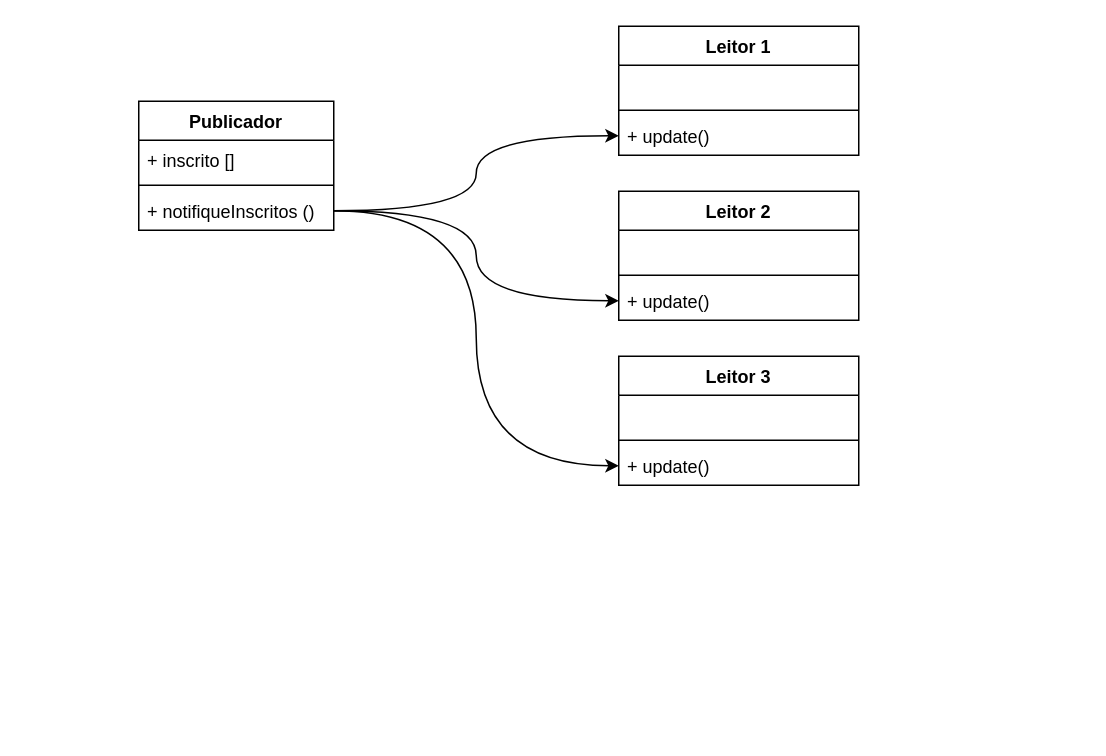
Earlier version of the draw.io diagram padroes/observer/pattern/observerPattern.drawio (LucasACES/bertoti). Source tidied: cells renumbered, new cells numbered last; positions are measured from the earlier drawing's top-left corner, leaving out a move shared by most shapes. Both pictures are drawn from the tidied source at 150%, with x=0, y=0 at pixel (138, 26).
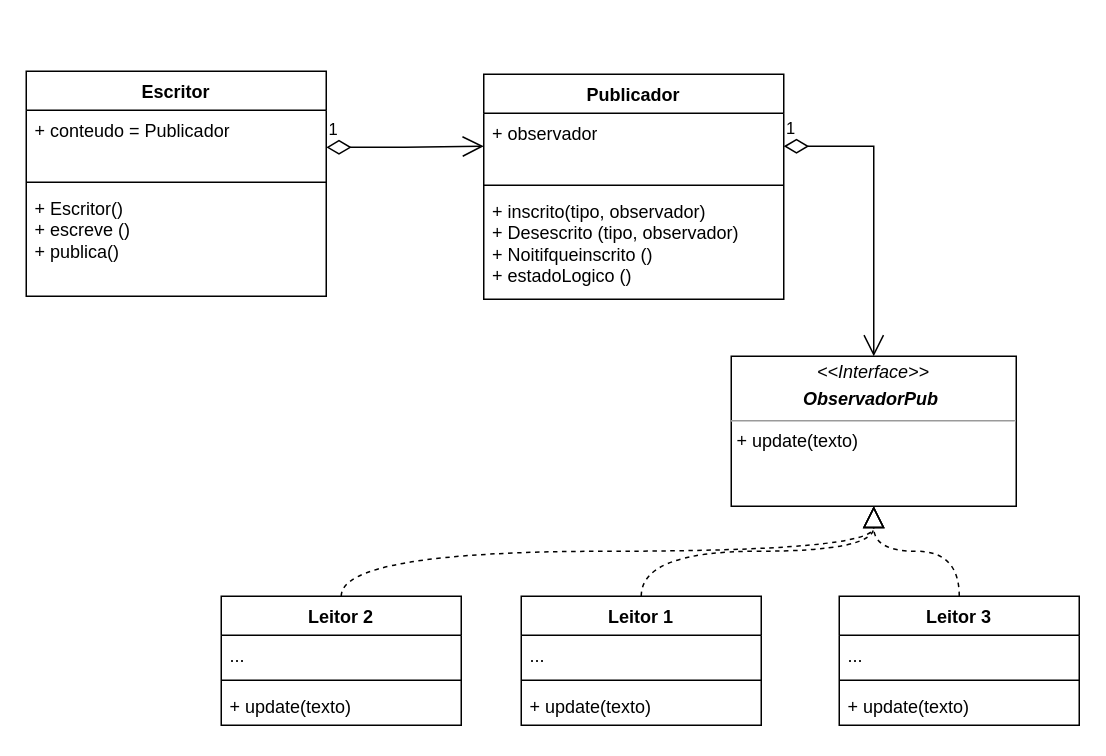
Above is the later version.

The edit, as a diff of the source:
```diff
@@
-    <mxCell id="2" style="edgeStyle=orthogonalEdgeStyle;rounded=0;jettySize=auto;html=1;curved=1;entryX=0;entryY=0.5;entryDx=0;entryDy=0;exitX=1;exitY=0.5;exitDx=0;exitDy=0;" parent="1" edge="1" source="6" target="10">
-      <mxGeometry relative="1" as="geometry" />
-    </mxCell>
     <mxCell id="3" value="Publicador" style="swimlane;fontStyle=1;align=center;verticalAlign=top;horizontal=1;startSize=26;whiteSpace=wrap;html=1;" parent="1" vertex="1">
-      <mxGeometry y="50" width="130" height="86" as="geometry" />
+      <mxGeometry x="230" y="32" width="200" height="150" as="geometry" />
     </mxCell>
-    <mxCell id="4" value="+ inscrito []" style="text;strokeColor=none;fillColor=none;align=left;verticalAlign=top;spacingLeft=4;spacingRight=4;overflow=hidden;points=[[0,0.5],[1,0.5]];portConstraint=eastwest;whiteSpace=wrap;html=1;" parent="3" vertex="1">
-      <mxGeometry y="26" width="130" height="26" as="geometry" />
+    <mxCell id="4" value="+ observador" style="text;strokeColor=none;fillColor=none;align=left;verticalAlign=top;spacingLeft=4;spacingRight=4;overflow=hidden;points=[[0,0.5],[1,0.5]];portConstraint=eastwest;whiteSpace=wrap;html=1;" parent="3" vertex="1">
+      <mxGeometry y="26" width="200" height="44" as="geometry" />
     </mxCell>
     <mxCell id="5" style="line;strokeWidth=1;fillColor=none;align=left;verticalAlign=middle;spacingTop=-1;spacingLeft=3;spacingRight=3;labelPosition=right;strokeColor=inherit;" parent="3" vertex="1">
-      <mxGeometry y="52" width="130" height="8" as="geometry" />
+      <mxGeometry y="70" width="200" height="8" as="geometry" />
     </mxCell>
-    <mxCell id="6" value="+ notifiqueInscritos ()" style="text;strokeColor=none;fillColor=none;align=left;verticalAlign=top;spacingLeft=4;spacingRight=4;overflow=hidden;points=[[0,0.5],[1,0.5]];portConstraint=eastwest;whiteSpace=wrap;html=1;" parent="3" vertex="1">
-      <mxGeometry y="60" width="130" height="26" as="geometry" />
+    <mxCell id="6" value="+ inscrito(tipo, observador)&lt;br&gt;+ Desescrito (tipo, observador)&lt;br&gt;+ Noitifqueinscrito ()&lt;br&gt;+ estadoLogico ()" style="text;strokeColor=none;fillColor=none;align=left;verticalAlign=top;spacingLeft=4;spacingRight=4;overflow=hidden;points=[[0,0.5],[1,0.5]];portConstraint=eastwest;whiteSpace=wrap;html=1;" parent="3" vertex="1">
+      <mxGeometry y="78" width="200" height="72" as="geometry" />
     </mxCell>
     <mxCell id="7" value="Leitor 1" style="swimlane;fontStyle=1;align=center;verticalAlign=top;horizontal=1;startSize=26;whiteSpace=wrap;html=1;" parent="1" vertex="1">
-      <mxGeometry x="320" width="160" height="86" as="geometry" />
+      <mxGeometry x="255" y="380" width="160" height="86" as="geometry" />
     </mxCell>
-    <mxCell id="8" value="&amp;nbsp;&amp;nbsp;" style="text;strokeColor=none;fillColor=none;align=left;verticalAlign=top;spacingLeft=4;spacingRight=4;overflow=hidden;whiteSpace=wrap;html=1;" parent="7" vertex="1">
+    <mxCell id="8" value="..." style="text;strokeColor=none;fillColor=none;align=left;verticalAlign=top;spacingLeft=4;spacingRight=4;overflow=hidden;whiteSpace=wrap;html=1;" parent="7" vertex="1">
       <mxGeometry y="26" width="160" height="26" as="geometry" />
     </mxCell>
@@
-    <mxCell id="10" value="+ update()" style="text;strokeColor=none;fillColor=none;align=left;verticalAlign=top;spacingLeft=4;spacingRight=4;overflow=hidden;points=[[0,0.5],[1,0.5]];portConstraint=eastwest;whiteSpace=wrap;html=1;" parent="7" vertex="1">
+    <mxCell id="10" value="+ update(texto)" style="text;strokeColor=none;fillColor=none;align=left;verticalAlign=top;spacingLeft=4;spacingRight=4;overflow=hidden;points=[[0,0.5],[1,0.5]];portConstraint=eastwest;whiteSpace=wrap;html=1;" parent="7" vertex="1">
       <mxGeometry y="60" width="160" height="26" as="geometry" />
     </mxCell>
+    <mxCell id="21" value="&lt;p style=&quot;margin:0px;margin-top:4px;text-align:center;&quot;&gt;&lt;i&gt;&amp;lt;&amp;lt;Interface&amp;gt;&amp;gt;&lt;/i&gt;&lt;br&gt;&lt;/p&gt;&lt;p style=&quot;text-align: center; margin: 4px 0px 0px;&quot;&gt;&lt;span style=&quot;background-color: initial; text-align: left;&quot;&gt;&lt;b&gt;&lt;i&gt;ObservadorPub&lt;/i&gt;&lt;/b&gt;&amp;nbsp;&lt;/span&gt;&lt;/p&gt;&lt;hr size=&quot;1&quot;&gt;&lt;p style=&quot;margin:0px;margin-left:4px;&quot;&gt;+ update(texto)&lt;br&gt;&lt;/p&gt;" style="verticalAlign=top;align=left;overflow=fill;html=1;whiteSpace=wrap;" parent="1" vertex="1">
+      <mxGeometry x="395" y="220" width="190" height="100" as="geometry" />
+    </mxCell>
+    <mxCell id="22" value="1" style="endArrow=open;html=1;endSize=12;startArrow=diamondThin;startSize=14;startFill=0;edgeStyle=orthogonalEdgeStyle;align=left;verticalAlign=bottom;rounded=0;exitX=1;exitY=0.5;exitDx=0;exitDy=0;entryX=0.5;entryY=0;entryDx=0;entryDy=0;" parent="1" edge="1" source="4" target="21">
+      <mxGeometry x="-1" y="3" relative="1" as="geometry" />
+    </mxCell>
+    <mxCell id="23" value="Escritor" style="swimlane;fontStyle=1;align=center;verticalAlign=top;horizontal=1;startSize=26;whiteSpace=wrap;html=1;" parent="1" vertex="1">
+      <mxGeometry x="-75" y="30" width="200" height="150" as="geometry" />
+    </mxCell>
+    <mxCell id="24" value="+ conteudo = Publicador" style="text;strokeColor=none;fillColor=none;align=left;verticalAlign=top;spacingLeft=4;spacingRight=4;overflow=hidden;points=[[0,0.5],[1,0.5]];portConstraint=eastwest;whiteSpace=wrap;html=1;" parent="23" vertex="1">
+      <mxGeometry y="26" width="200" height="44" as="geometry" />
+    </mxCell>
+    <mxCell id="25" style="line;strokeWidth=1;fillColor=none;align=left;verticalAlign=middle;spacingTop=-1;spacingLeft=3;spacingRight=3;labelPosition=right;strokeColor=inherit;" parent="23" vertex="1">
+      <mxGeometry y="70" width="200" height="8" as="geometry" />
+    </mxCell>
+    <mxCell id="26" value="+ Escritor()&lt;br&gt;+ escreve ()&lt;br&gt;+ publica()" style="text;strokeColor=none;fillColor=none;align=left;verticalAlign=top;spacingLeft=4;spacingRight=4;overflow=hidden;whiteSpace=wrap;html=1;" parent="23" vertex="1">
+      <mxGeometry y="78" width="200" height="72" as="geometry" />
+    </mxCell>
+    <mxCell id="27" value="1" style="endArrow=open;html=1;endSize=12;startArrow=diamondThin;startSize=14;startFill=0;edgeStyle=orthogonalEdgeStyle;align=left;verticalAlign=bottom;rounded=0;exitX=1;exitY=0.562;exitDx=0;exitDy=0;entryX=0;entryY=0.5;entryDx=0;entryDy=0;exitPerimeter=0;" parent="1" edge="1" source="24">
+      <mxGeometry x="-1" y="3" relative="1" as="geometry">
+        <mxPoint x="230" y="80" as="targetPoint" />
+      </mxGeometry>
+    </mxCell>
     <mxCell id="11" value="Leitor 2" style="swimlane;fontStyle=1;align=center;verticalAlign=top;horizontal=1;startSize=26;whiteSpace=wrap;html=1;" parent="1" vertex="1">
-      <mxGeometry x="320" y="110" width="160" height="86" as="geometry" />
+      <mxGeometry x="55" y="380" width="160" height="86" as="geometry" />
     </mxCell>
-    <mxCell id="12" value="&amp;nbsp;" style="text;strokeColor=none;fillColor=none;align=left;verticalAlign=top;spacingLeft=4;spacingRight=4;overflow=hidden;whiteSpace=wrap;html=1;" parent="11" vertex="1">
-      <mxGeometry y="26" width="160" height="26" as="geometry" />
-    </mxCell>
-    <mxCell id="13" style="line;strokeWidth=1;fillColor=none;align=left;verticalAlign=middle;spacingTop=-1;spacingLeft=3;spacingRight=3;labelPosition=right;strokeColor=inherit;" parent="11" vertex="1">
-      <mxGeometry y="52" width="160" height="8" as="geometry" />
-    </mxCell>
-    <mxCell id="14" value="+ update()" style="text;strokeColor=none;fillColor=none;align=left;verticalAlign=top;spacingLeft=4;spacingRight=4;overflow=hidden;points=[[0,0.5],[1,0.5]];portConstraint=eastwest;whiteSpace=wrap;html=1;" parent="11" vertex="1">
-      <mxGeometry y="60" width="160" height="26" as="geometry" />
-    </mxCell>
+    <mxCell id="28" value="..." style="text;strokeColor=none;fillColor=none;align=left;verticalAlign=top;spacingLeft=4;spacingRight=4;overflow=hidden;whiteSpace=wrap;html=1;" parent="11" vertex="1">
+      <mxGeometry y="26" width="160" height="26" as="geometry" />
+    </mxCell>
+    <mxCell id="29" style="line;strokeWidth=1;fillColor=none;align=left;verticalAlign=middle;spacingTop=-1;spacingLeft=3;spacingRight=3;labelPosition=right;strokeColor=inherit;" parent="11" vertex="1">
+      <mxGeometry y="52" width="160" height="8" as="geometry" />
+    </mxCell>
+    <mxCell id="30" value="+ update(texto)" style="text;strokeColor=none;fillColor=none;align=left;verticalAlign=top;spacingLeft=4;spacingRight=4;overflow=hidden;whiteSpace=wrap;html=1;" parent="11" vertex="1">
+      <mxGeometry y="60" width="160" height="26" as="geometry" />
+    </mxCell>
     <mxCell id="15" value="Leitor 3" style="swimlane;fontStyle=1;align=center;verticalAlign=top;horizontal=1;startSize=26;whiteSpace=wrap;html=1;" parent="1" vertex="1">
-      <mxGeometry x="320" y="220" width="160" height="86" as="geometry" />
+      <mxGeometry x="467" y="380" width="160" height="86" as="geometry" />
     </mxCell>
-    <mxCell id="16" value="&amp;nbsp;" style="text;strokeColor=none;fillColor=none;align=left;verticalAlign=top;spacingLeft=4;spacingRight=4;overflow=hidden;whiteSpace=wrap;html=1;" parent="15" vertex="1">
-      <mxGeometry y="26" width="160" height="26" as="geometry" />
-    </mxCell>
-    <mxCell id="17" style="line;strokeWidth=1;fillColor=none;align=left;verticalAlign=middle;spacingTop=-1;spacingLeft=3;spacingRight=3;labelPosition=right;strokeColor=inherit;" parent="15" vertex="1">
-      <mxGeometry y="52" width="160" height="8" as="geometry" />
-    </mxCell>
-    <mxCell id="18" value="+ update()" style="text;strokeColor=none;fillColor=none;align=left;verticalAlign=top;spacingLeft=4;spacingRight=4;overflow=hidden;points=[[0,0.5],[1,0.5]];portConstraint=eastwest;whiteSpace=wrap;html=1;" parent="15" vertex="1">
-      <mxGeometry y="60" width="160" height="26" as="geometry" />
-    </mxCell>
-    <mxCell id="19" style="edgeStyle=orthogonalEdgeStyle;rounded=0;jettySize=auto;html=1;entryX=0;entryY=0.5;entryDx=0;entryDy=0;curved=1;exitX=1;exitY=0.5;exitDx=0;exitDy=0;" parent="1" edge="1" source="6" target="18">
-      <mxGeometry relative="1" as="geometry" />
-    </mxCell>
-    <mxCell id="20" style="edgeStyle=orthogonalEdgeStyle;rounded=0;jettySize=auto;html=1;entryX=0;entryY=0.5;entryDx=0;entryDy=0;curved=1;exitX=1;exitY=0.5;exitDx=0;exitDy=0;" parent="1" edge="1" source="6" target="14">
-      <mxGeometry relative="1" as="geometry" />
-    </mxCell>
+    <mxCell id="31" value="..." style="text;strokeColor=none;fillColor=none;align=left;verticalAlign=top;spacingLeft=4;spacingRight=4;overflow=hidden;whiteSpace=wrap;html=1;" parent="15" vertex="1">
+      <mxGeometry y="26" width="160" height="26" as="geometry" />
+    </mxCell>
+    <mxCell id="32" style="line;strokeWidth=1;fillColor=none;align=left;verticalAlign=middle;spacingTop=-1;spacingLeft=3;spacingRight=3;labelPosition=right;strokeColor=inherit;" parent="15" vertex="1">
+      <mxGeometry y="52" width="160" height="8" as="geometry" />
+    </mxCell>
+    <mxCell id="33" value="+ update(texto)" style="text;strokeColor=none;fillColor=none;align=left;verticalAlign=top;spacingLeft=4;spacingRight=4;overflow=hidden;whiteSpace=wrap;html=1;" parent="15" vertex="1">
+      <mxGeometry y="60" width="160" height="26" as="geometry" />
+    </mxCell>
+    <mxCell id="34" style="endArrow=block;dashed=1;endFill=0;endSize=12;html=1;rounded=0;exitX=0.5;exitY=0;exitDx=0;exitDy=0;entryX=0.5;entryY=1;entryDx=0;entryDy=0;edgeStyle=orthogonalEdgeStyle;curved=1;" parent="1" edge="1" source="11" target="21">
+      <mxGeometry relative="1" as="geometry" />
+    </mxCell>
+    <mxCell id="35" style="endArrow=block;dashed=1;endFill=0;endSize=12;html=1;rounded=0;exitX=0.5;exitY=0;exitDx=0;exitDy=0;entryX=0.5;entryY=1;entryDx=0;entryDy=0;edgeStyle=orthogonalEdgeStyle;curved=1;" parent="1" edge="1" source="7" target="21">
+      <mxGeometry relative="1" as="geometry" />
+    </mxCell>
+    <mxCell id="36" style="endArrow=block;dashed=1;endFill=0;endSize=12;html=1;rounded=0;exitX=0.5;exitY=0;exitDx=0;exitDy=0;entryX=0.5;entryY=1;entryDx=0;entryDy=0;edgeStyle=orthogonalEdgeStyle;curved=1;" parent="1" edge="1" source="15" target="21">
+      <mxGeometry relative="1" as="geometry" />
+    </mxCell>
```
